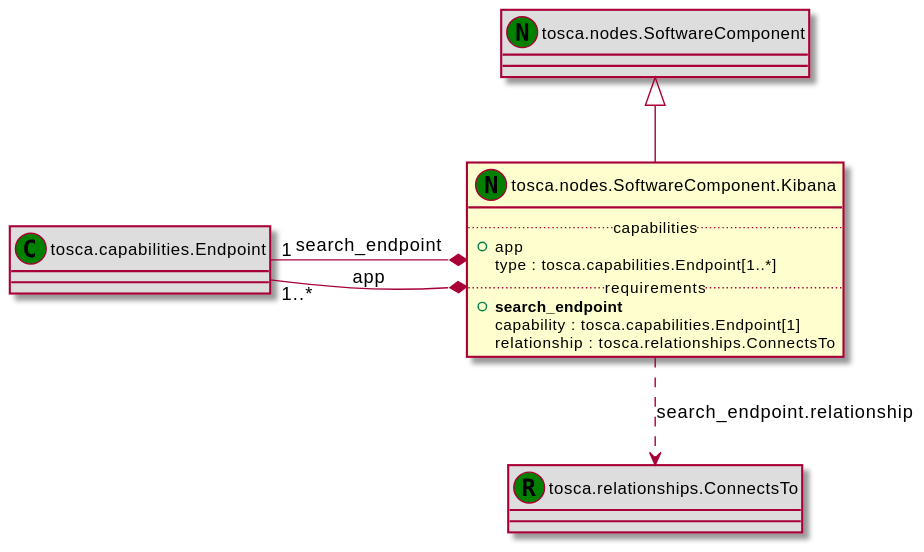
Above: examples/ariatosca/diagrams/uml2/kibana-uml2-class-diagram.svg in Orange-OpenSource/Cloudnet-TOSCA-toolbox (PlantUML), before the change.
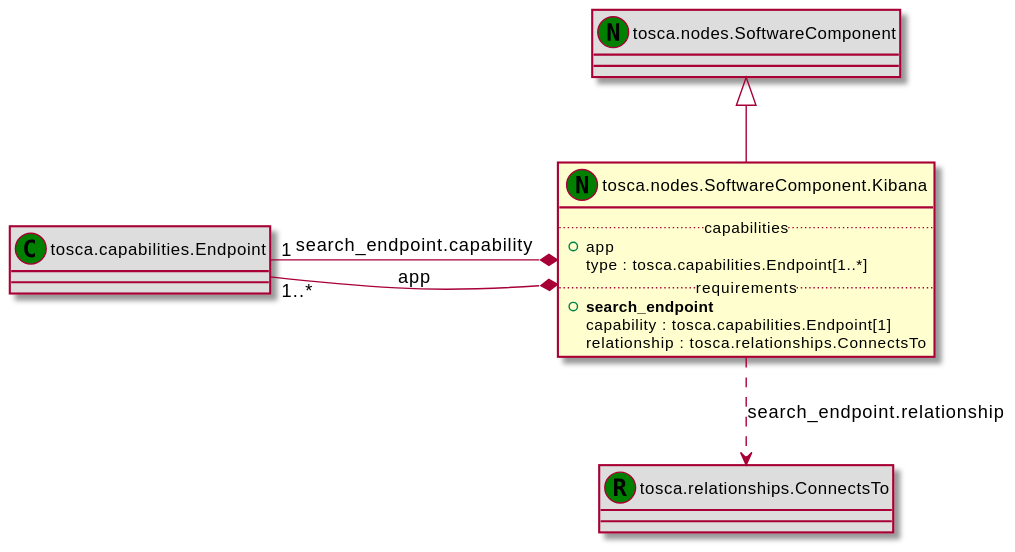
The same file after the commit.

What changed in the source:
```diff
@@ -1,8 +1,7 @@
 @startuml
 set namespaceSeparator none
-class "tosca.nodes.SoftwareComponent" << (N,green) >> #DDDDDD
-"tosca.nodes.SoftwareComponent" <|-- "tosca.nodes.SoftwareComponent.Kibana"
-class "tosca.nodes.SoftwareComponent.Kibana" << (N,green) >> {
+class "tosca.nodes.SoftwareComponent" as tosca_nodes_SoftwareComponent_NT << (N,green) >> #DDDDDD
+class "tosca.nodes.SoftwareComponent.Kibana" as tosca_nodes_SoftwareComponent_Kibana_NT << (N,green) >> {
 .. capabilities ..
 +app
  type : tosca.capabilities.Endpoint[1..*]
@@ -11,10 +10,11 @@
  capability : tosca.capabilities.Endpoint[1]
  relationship : tosca.relationships.ConnectsTo
 }
-class "tosca.capabilities.Endpoint" << (C,green) >> #DDDDDD
-"tosca.capabilities.Endpoint" "1..*" -* "tosca.nodes.SoftwareComponent.Kibana" : app
-class "tosca.capabilities.Endpoint" << (C,green) >> #DDDDDD
-"tosca.nodes.SoftwareComponent.Kibana" *- "1" "tosca.capabilities.Endpoint" : search_endpoint
-class "tosca.relationships.ConnectsTo" << (R,green) >> #DDDDDD
-"tosca.nodes.SoftwareComponent.Kibana" ..> "tosca.relationships.ConnectsTo" : search_endpoint.relationship
+class "tosca.capabilities.Endpoint" as tosca_capabilities_Endpoint_CT << (C,green) >> #DDDDDD
+class "tosca.capabilities.Endpoint" as tosca_capabilities_Endpoint_CT << (C,green) >> #DDDDDD
+class "tosca.relationships.ConnectsTo" as tosca_relationships_ConnectsTo_RT << (R,green) >> #DDDDDD
+tosca_nodes_SoftwareComponent_NT <|-- tosca_nodes_SoftwareComponent_Kibana_NT
+tosca_capabilities_Endpoint_CT "1..*" -* tosca_nodes_SoftwareComponent_Kibana_NT : app
+tosca_nodes_SoftwareComponent_Kibana_NT *- "1" tosca_capabilities_Endpoint_CT : search_endpoint.capability
+tosca_nodes_SoftwareComponent_Kibana_NT ..> tosca_relationships_ConnectsTo_RT : search_endpoint.relationship
 @enduml
```
